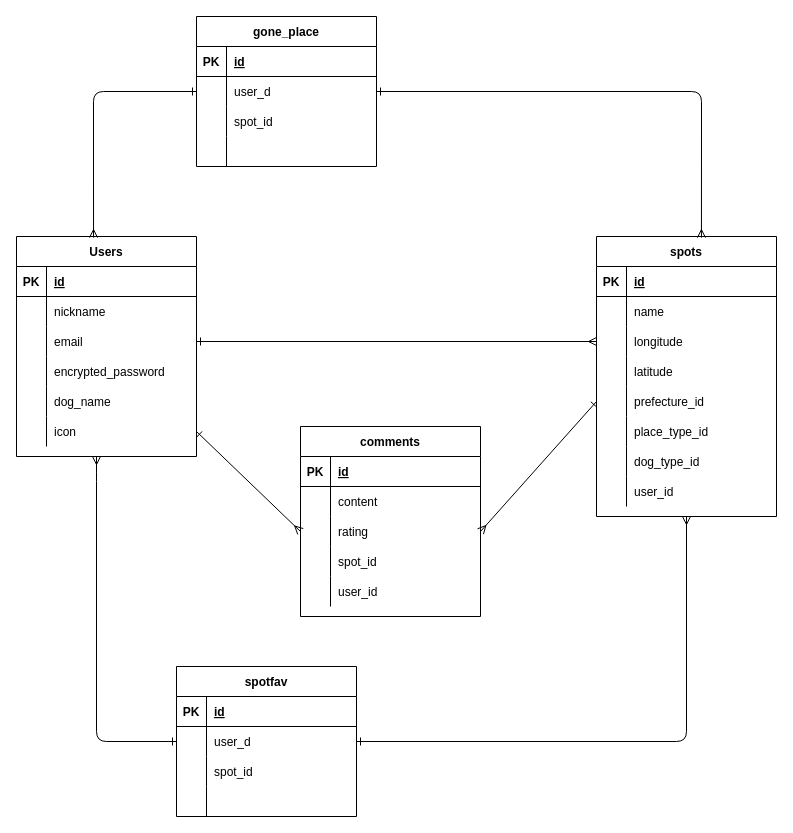
Above: one_together.dio in s-yamauchi07/one_together (draw.io), before the change. Source tidied: cells renumbered, new cells numbered last; positions are measured from the earlier drawing's top-left corner, leaving out a move shared by most shapes. Both pictures are drawn from the tidied source at 100%, with x=0, y=0 at pixel (16, 16).
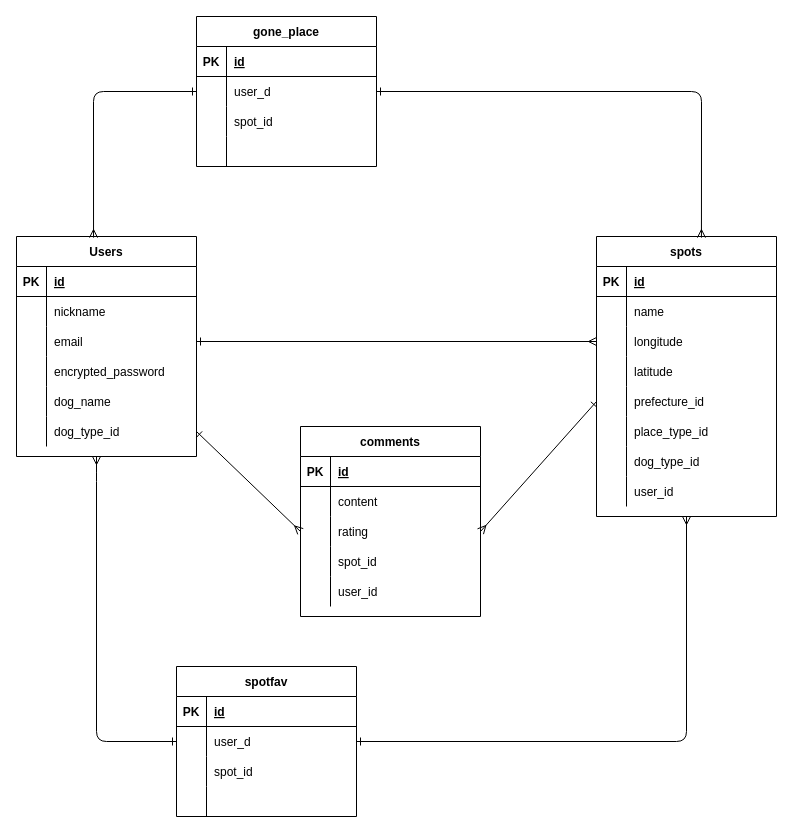
After the change.

The change refers to these unchanged cells:
```xml
<mxCell id="18" style="shape=partialRectangle;fillColor=none;top=0;left=0;bottom=0;right=0;points=[[0,0.5],[1,0.5]];portConstraint=eastwest;" parent="2" vertex="1">
  <mxGeometry y="180" width="180" height="30" as="geometry" />
</mxCell>
```

Diff of the diagram source:
```diff
@@
-    <mxCell id="20" value="icon" style="shape=partialRectangle;fillColor=none;top=0;left=0;bottom=0;right=0;align=left;spacingLeft=6;overflow=hidden;" parent="18" vertex="1">
+    <mxCell id="20" value="dog_type_id" style="shape=partialRectangle;fillColor=none;top=0;left=0;bottom=0;right=0;align=left;spacingLeft=6;overflow=hidden;" parent="18" vertex="1">
       <mxGeometry x="30" width="150" height="30" as="geometry" />
     </mxCell>
```
